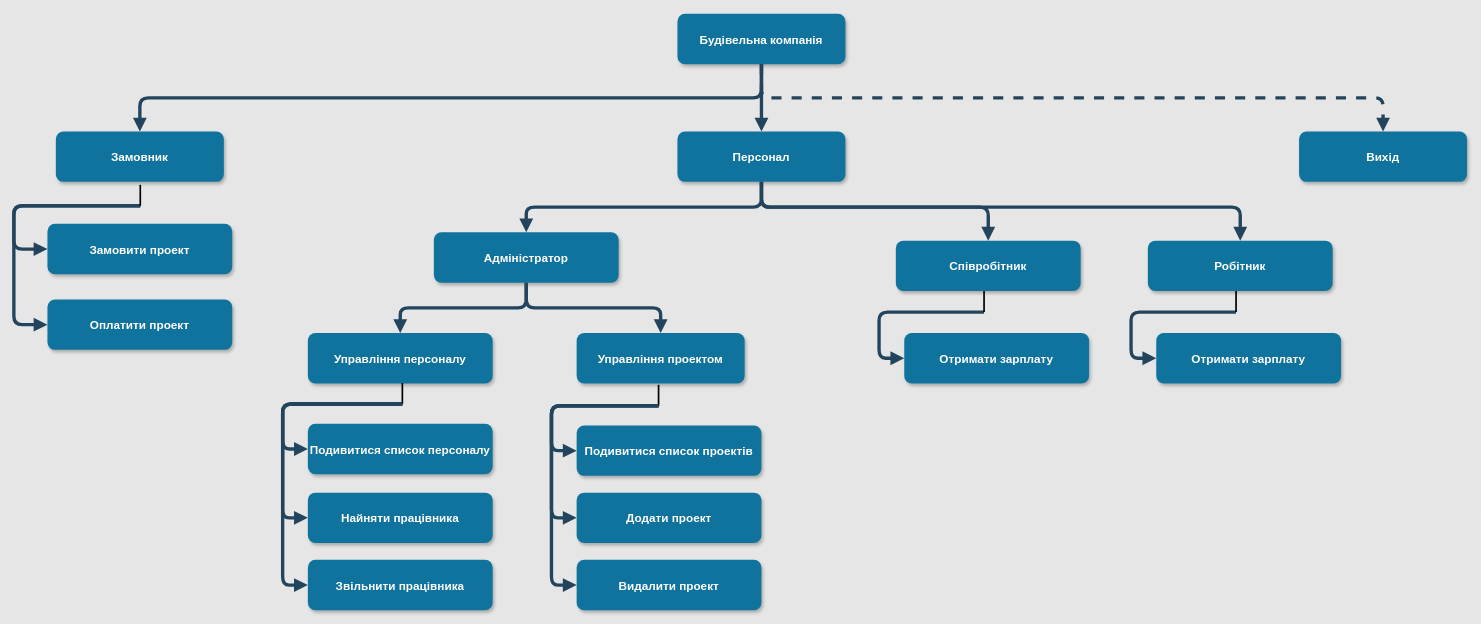
Above: page "Page-1" (1 of 4) of Untitled Diagram.drawio in oleksanderShevchuk/Daigram (draw.io), before the change. Source tidied: cells renumbered, new cells numbered last; positions are measured from the earlier drawing's top-left corner, leaving out a move shared by most shapes. Both pictures are drawn from the tidied source at 84%, with x=0, y=0 at pixel (-87, 13).
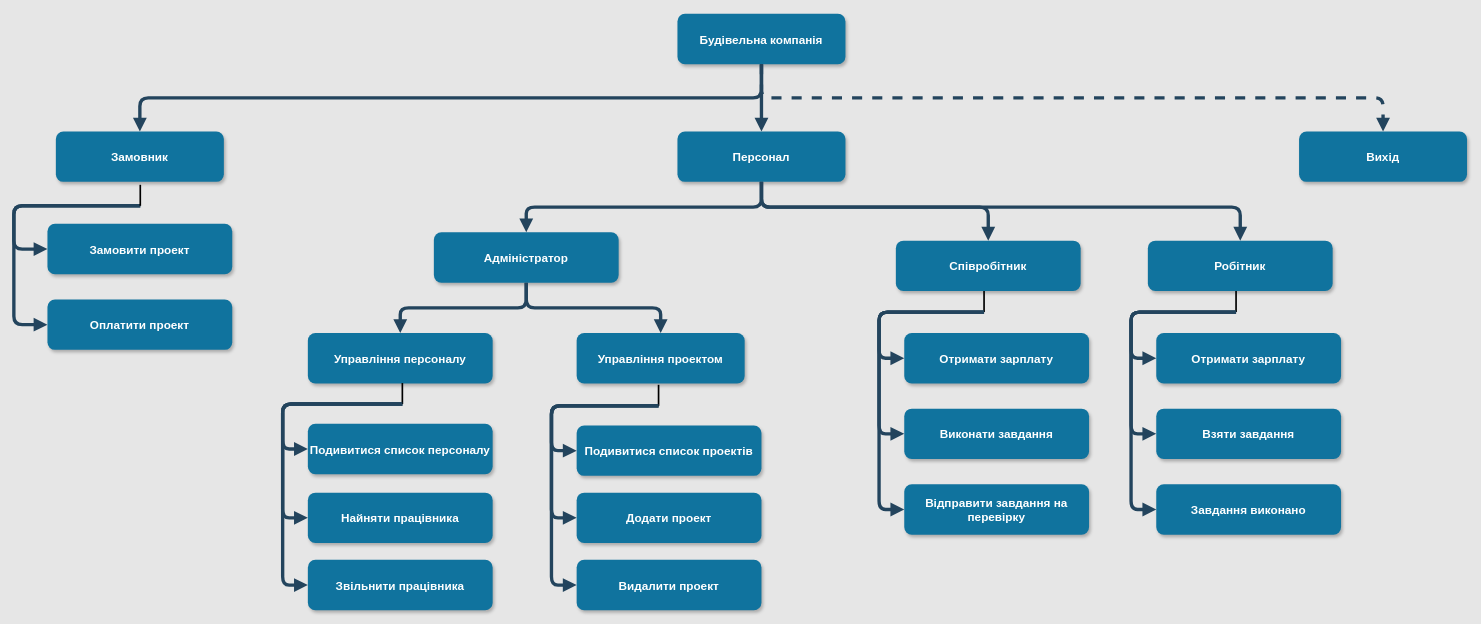
The same page after the edit.

The change refers to these unchanged cells:
```xml
<mxCell id="19" style="line;strokeWidth=2;html=1;rotation=90;" parent="1" vertex="1">
  <mxGeometry x="1262.5" y="337.5" width="25" height="10" as="geometry" />
</mxCell>
<mxCell id="42" style="line;strokeWidth=2;html=1;rotation=90;" parent="1" vertex="1">
  <mxGeometry x="1562.5" y="337.5" width="25" height="10" as="geometry" />
</mxCell>
```

What changed in the source:
```diff
@@
+    <mxCell id="44" value="Виконати завдання" style="rounded=1;fillColor=#10739E;strokeColor=none;shadow=1;gradientColor=none;fontStyle=1;fontColor=#FFFFFF;fontSize=14;" parent="1" vertex="1">
+      <mxGeometry x="1180" y="470" width="220" height="60" as="geometry" />
+    </mxCell>
+    <mxCell id="45" style="edgeStyle=elbowEdgeStyle;elbow=vertical;strokeWidth=4;endArrow=block;endFill=1;fontStyle=1;strokeColor=#23445D;entryX=0;entryY=0.5;entryDx=0;entryDy=0;exitX=1;exitY=0.5;exitDx=0;exitDy=0;exitPerimeter=0;" parent="1" edge="1" source="19" target="44">
+      <mxGeometry x="-140" y="619.5" as="geometry">
+        <Array as="points">
+          <mxPoint x="1150" y="460" />
+          <mxPoint x="1230" y="520" />
+        </Array>
+      </mxGeometry>
+    </mxCell>
+    <mxCell id="46" value="Відправити завдання на &#10;перевірку" style="rounded=1;fillColor=#10739E;strokeColor=none;shadow=1;gradientColor=none;fontStyle=1;fontColor=#FFFFFF;fontSize=14;" parent="1" vertex="1">
+      <mxGeometry x="1180" y="560" width="220" height="60" as="geometry" />
+    </mxCell>
+    <mxCell id="47" style="edgeStyle=elbowEdgeStyle;elbow=vertical;strokeWidth=4;endArrow=block;endFill=1;fontStyle=1;strokeColor=#23445D;entryX=0;entryY=0.5;entryDx=0;entryDy=0;exitX=1;exitY=0.5;exitDx=0;exitDy=0;exitPerimeter=0;" parent="1" edge="1" source="19" target="46">
+      <mxGeometry x="-160" y="779.5" as="geometry">
+        <Array as="points">
+          <mxPoint x="1150" y="550" />
+          <mxPoint x="1220" y="355" />
+        </Array>
+      </mxGeometry>
+    </mxCell>
+    <mxCell id="48" value="Взяти завдання" style="rounded=1;fillColor=#10739E;strokeColor=none;shadow=1;gradientColor=none;fontStyle=1;fontColor=#FFFFFF;fontSize=14;" parent="1" vertex="1">
+      <mxGeometry x="1480" y="470" width="220" height="60" as="geometry" />
+    </mxCell>
+    <mxCell id="49" style="edgeStyle=elbowEdgeStyle;elbow=vertical;strokeWidth=4;endArrow=block;endFill=1;fontStyle=1;strokeColor=#23445D;entryX=0;entryY=0.5;entryDx=0;entryDy=0;exitX=1;exitY=0.5;exitDx=0;exitDy=0;exitPerimeter=0;" parent="1" edge="1" source="42" target="48">
+      <mxGeometry x="130" y="774.5" as="geometry">
+        <Array as="points">
+          <mxPoint x="1450" y="430" />
+          <mxPoint x="1500" y="675" />
+        </Array>
+      </mxGeometry>
+    </mxCell>
+    <mxCell id="50" value="Завдання виконано" style="rounded=1;fillColor=#10739E;strokeColor=none;shadow=1;gradientColor=none;fontStyle=1;fontColor=#FFFFFF;fontSize=14;" parent="1" vertex="1">
+      <mxGeometry x="1480" y="560" width="220" height="60" as="geometry" />
+    </mxCell>
+    <mxCell id="51" style="edgeStyle=elbowEdgeStyle;elbow=vertical;strokeWidth=4;endArrow=block;endFill=1;fontStyle=1;strokeColor=#23445D;entryX=0;entryY=0.5;entryDx=0;entryDy=0;exitX=1;exitY=0.5;exitDx=0;exitDy=0;exitPerimeter=0;" parent="1" edge="1" source="42" target="50">
+      <mxGeometry x="110" y="934.5" as="geometry">
+        <Array as="points">
+          <mxPoint x="1450" y="530" />
+          <mxPoint x="1460" y="355" />
+          <mxPoint x="1420" y="705" />
+          <mxPoint x="1490" y="510" />
+        </Array>
+      </mxGeometry>
+    </mxCell>
```
